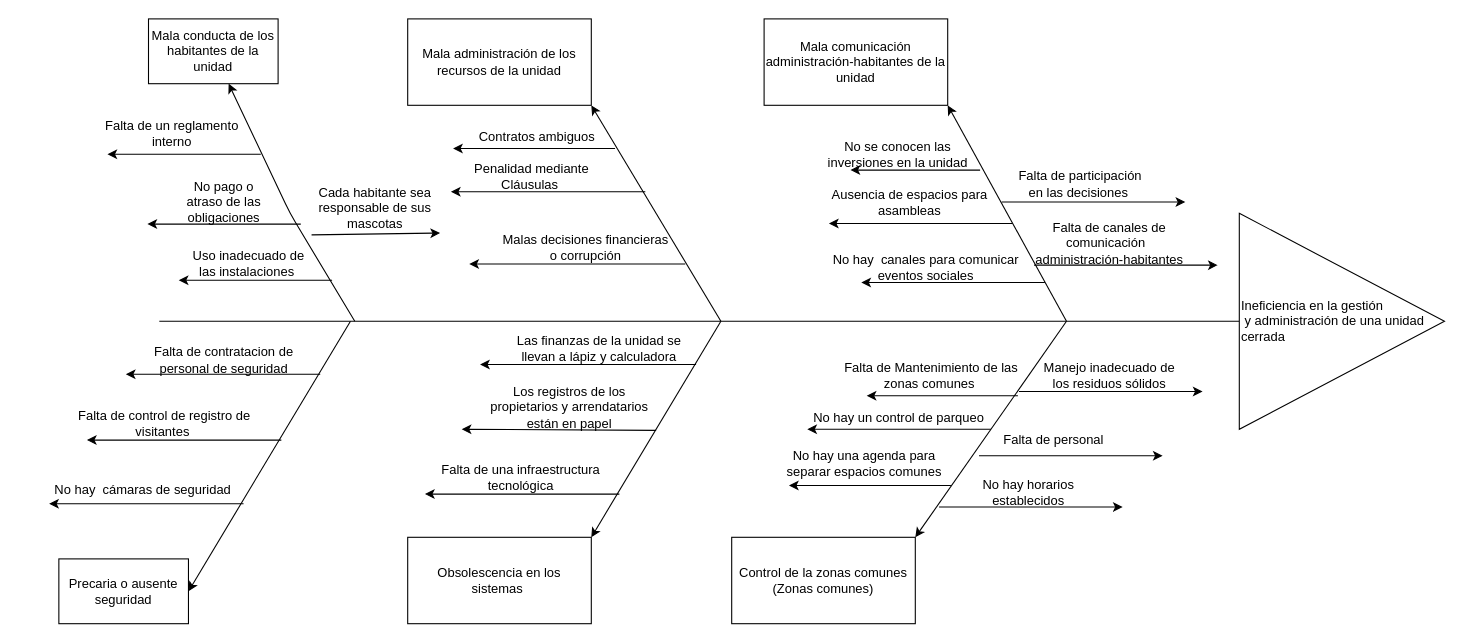
Above: Fishbone.drawio in mnivia/Administracion-unidades-cerradas (draw.io), before the change. Source tidied: cells renumbered, new cells numbered last; positions are measured from the earlier drawing's top-left corner, leaving out a move shared by most shapes. Both pictures are drawn from the tidied source at 108%, with x=0, y=0 at pixel (18, 18).
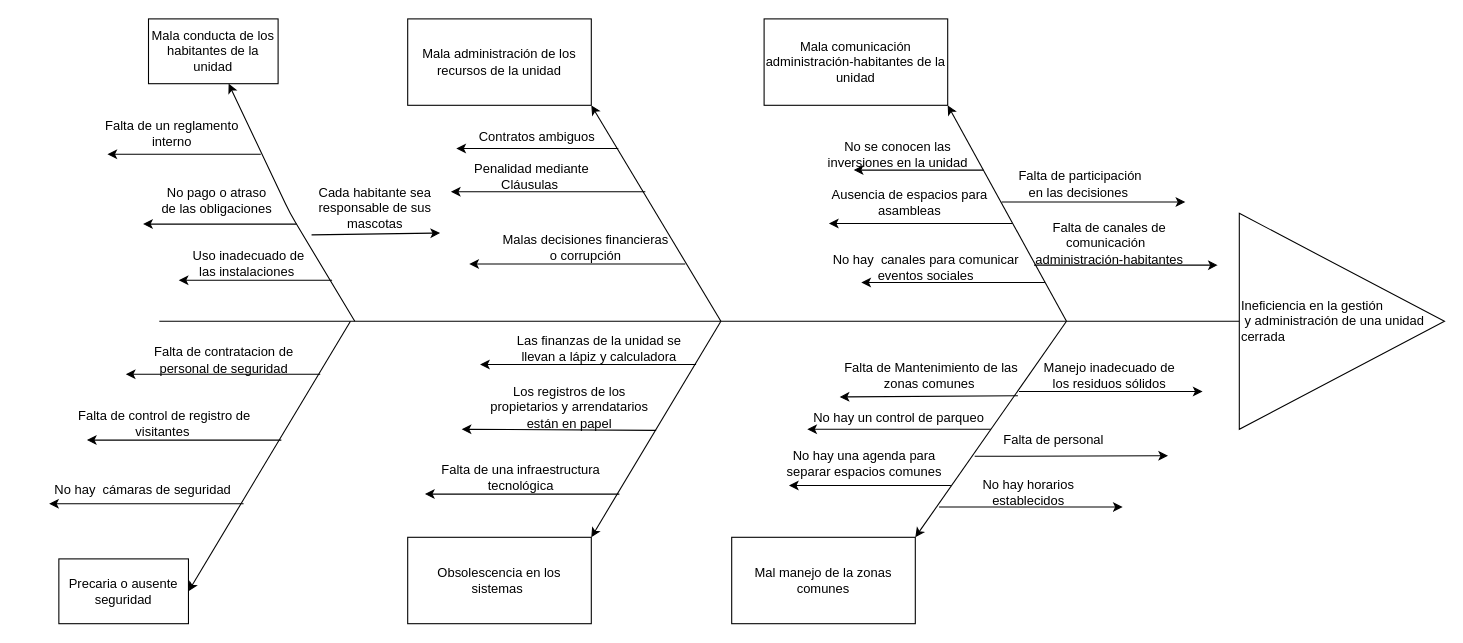
The same page after the edit.

Unchanged cells that the change refers to:
```xml
<mxCell id="17" value="Falta de Mantenimiento de las zonas comunes&amp;nbsp;" style="text;html=1;strokeColor=none;fillColor=none;align=center;verticalAlign=middle;whiteSpace=wrap;rounded=0;" parent="1" vertex="1">
  <mxGeometry x="760" y="310" width="170" height="40" as="geometry" />
</mxCell>
```

Diff of the diagram source:
```diff
@@
     <mxCell id="12" style="endArrow=classic;html=1;" parent="1" edge="1">
       <mxGeometry relative="1" as="geometry">
-        <mxPoint x="552" y="120" as="sourcePoint" />
-        <mxPoint x="402" y="120" as="targetPoint" />
+        <mxPoint x="555" y="120" as="sourcePoint" />
+        <mxPoint x="405" y="120" as="targetPoint" />
       </mxGeometry>
     </mxCell>
@@
-    <mxCell id="21" style="endArrow=classic;html=1;" parent="1" edge="1">
+    <mxCell id="21" style="endArrow=classic;html=1;entryX=0;entryY=1;entryDx=0;entryDy=0;" parent="1" edge="1" target="17">
       <mxGeometry relative="1" as="geometry">
         <mxPoint x="925" y="349" as="sourcePoint" />
-        <mxPoint x="785" y="349" as="targetPoint" />
       </mxGeometry>
     </mxCell>
@@
-    <mxCell id="35" value="Control de la zonas comunes&lt;br&gt;(Zonas comunes)" style="rounded=0;whiteSpace=wrap;html=1;" parent="1" vertex="1">
+    <mxCell id="35" value="Mal manejo de la zonas comunes&lt;br&gt;" style="rounded=0;whiteSpace=wrap;html=1;" parent="1" vertex="1">
       <mxGeometry x="660" y="480" width="170" height="80" as="geometry" />
     </mxCell>
@@
     <mxCell id="46" style="endArrow=classic;html=1;" parent="1" edge="1">
       <mxGeometry relative="1" as="geometry">
-        <mxPoint x="890" y="140" as="sourcePoint" />
-        <mxPoint x="770" y="140" as="targetPoint" />
+        <mxPoint x="893" y="140" as="sourcePoint" />
+        <mxPoint x="773" y="140" as="targetPoint" />
       </mxGeometry>
     </mxCell>
@@
     <mxCell id="49" style="endArrow=classic;html=1;" parent="1" edge="1">
       <mxGeometry relative="1" as="geometry">
-        <mxPoint x="889" y="404.5" as="sourcePoint" />
-        <mxPoint x="1059" y="404.5" as="targetPoint" />
+        <mxPoint x="885" y="405" as="sourcePoint" />
+        <mxPoint x="1064" y="404.5" as="targetPoint" />
       </mxGeometry>
     </mxCell>
@@
     <mxCell id="55" style="endArrow=classic;html=1;" parent="1" edge="1">
       <mxGeometry relative="1" as="geometry">
-        <mxPoint x="261" y="190" as="sourcePoint" />
-        <mxPoint x="119" y="190" as="targetPoint" />
+        <mxPoint x="257" y="190" as="sourcePoint" />
+        <mxPoint x="115" y="190" as="targetPoint" />
       </mxGeometry>
     </mxCell>
     <mxCell id="56" value="No pago o atraso de las obligaciones" style="text;html=1;strokeColor=none;fillColor=none;align=center;verticalAlign=middle;whiteSpace=wrap;rounded=0;" parent="1" vertex="1">
-      <mxGeometry x="143" y="160" width="94" height="20" as="geometry" />
+      <mxGeometry x="130" y="158" width="107" height="20" as="geometry" />
     </mxCell>
```
